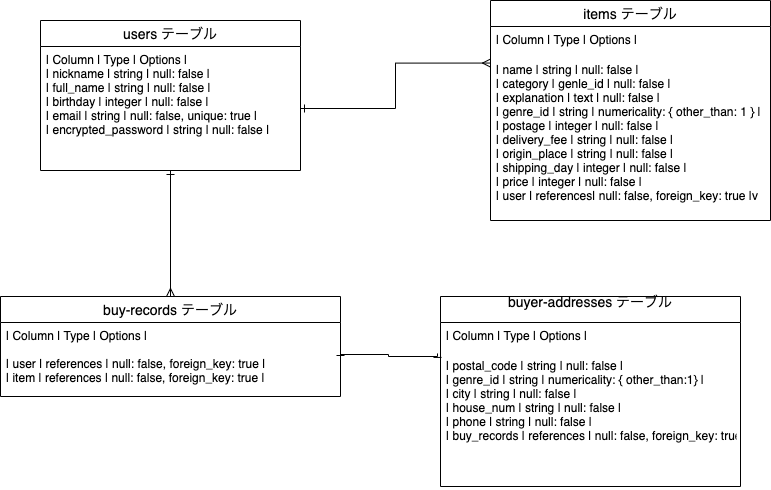
Earlier version of the draw.io export test.png (Kittanokas/furima-36482). Source tidied: cells renumbered, new cells last; positions are measured from the earlier drawing's top-left corner, leaving out a move shared by most shapes.
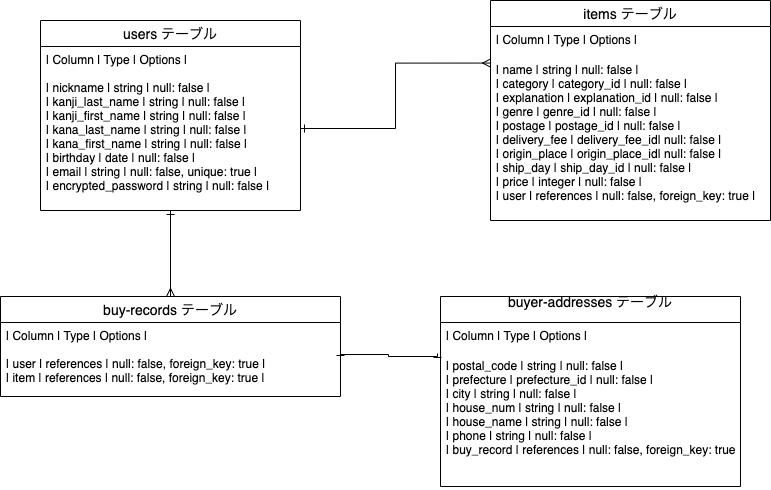
After the commit.

The edit, as a diff of the source:
```diff
@@ -3,10 +3,10 @@
     <mxCell id="0" />
     <mxCell id="1" parent="0" />
     <mxCell id="2" value="users テーブル" style="swimlane;fontStyle=0;horizontal=1;startSize=26;align=center;fontSize=14;" parent="1" vertex="1">
-      <mxGeometry x="40" y="20" width="260" height="150" as="geometry" />
+      <mxGeometry x="40" y="20" width="260" height="190" as="geometry" />
     </mxCell>
-    <mxCell id="3" value="| Column                | Type     | Options      |&#10;| nickname              | string   | null: false                |&#10;| full_name             | string   | null: false                |&#10;| birthday              | integer  | null: false                |&#10;| email                 | string   | null: false, unique: true  |&#10;| encrypted_password    | string   | null: false                |&#10;" style="text;strokeColor=none;fillColor=none;spacingLeft=4;spacingRight=4;overflow=hidden;points=[[0,0.5],[1,0.5]];portConstraint=eastwest;fontSize=12;" parent="2" vertex="1">
-      <mxGeometry y="26" width="260" height="124" as="geometry" />
+    <mxCell id="3" value="| Column                | Type     | Options      |&#10;&#10;| nickname              | string   | null: false                |&#10;| kanji_last_name       | string   | null: false                |&#10;| kanji_first_name      | string   | null: false                |&#10;| kana_last_name        | string   | null: false                |&#10;| kana_first_name       | string   | null: false                |&#10;| birthday              | date     | null: false                |&#10;| email                 | string   | null: false, unique: true  |&#10;| encrypted_password    | string   | null: false                |&#10;" style="text;strokeColor=none;fillColor=none;spacingLeft=4;spacingRight=4;overflow=hidden;points=[[0,0.5],[1,0.5]];portConstraint=eastwest;fontSize=12;" parent="2" vertex="1">
+      <mxGeometry y="26" width="260" height="164" as="geometry" />
     </mxCell>
     <mxCell id="4" value=" items テーブル" style="swimlane;fontStyle=0;horizontal=1;startSize=26;align=center;fontSize=14;" parent="1" vertex="1">
       <mxGeometry x="490" width="280" height="220" as="geometry" />
@@ -14,7 +14,7 @@
     <mxCell id="5" value="| Column          | Type    | Options     |" style="text;strokeColor=none;fillColor=none;spacingLeft=4;spacingRight=4;overflow=hidden;fontSize=12;" parent="4" vertex="1">
       <mxGeometry y="26" width="280" height="30" as="geometry" />
     </mxCell>
-    <mxCell id="6" value="| name            | string    | null: false                     |&#10;| category        | genle_id  | null: false                     |&#10;| explanation     | text      | null: false                     |&#10;| genre_id        | string    | numericality: { other_than: 1 } |&#10;| postage         | integer   | null: false                     |&#10;| delivery_fee    | string    | null: false                     |&#10;| origin_place    | string    | null: false                     |&#10;| shipping_day    | integer   | null: false                     |&#10;| price           | integer   | null: false                     |&#10;| user            | references| null: false, foreign_key: true  |v" style="text;strokeColor=none;fillColor=none;spacingLeft=4;spacingRight=4;overflow=hidden;points=[[0,0.5],[1,0.5]];portConstraint=eastwest;fontSize=12;" parent="4" vertex="1">
+    <mxCell id="6" value="| name            | string         | null: false                     |&#10;| category        | category_id    | null: false                     |&#10;| explanation     | explanation_id | null: false                     |&#10;| genre           | genre_id       | null: false                     |&#10;| postage         | postage_id     | null: false                     |&#10;| delivery_fee    | delivery_fee_id| null: false                     |&#10;| origin_place    | origin_place_id| null: false                     |&#10;| ship_day        | ship_day_id    | null: false                     |&#10;| price           | integer        | null: false                     |&#10;| user            | references     | null: false, foreign_key: true  |&#10;" style="text;strokeColor=none;fillColor=none;spacingLeft=4;spacingRight=4;overflow=hidden;points=[[0,0.5],[1,0.5]];portConstraint=eastwest;fontSize=12;" parent="4" vertex="1">
       <mxGeometry y="56" width="280" height="164" as="geometry" />
     </mxCell>
     <mxCell id="7" style="edgeStyle=orthogonalEdgeStyle;rounded=0;jettySize=auto;html=1;exitX=0.5;exitY=0;exitDx=0;exitDy=0;entryX=0.5;entryY=1;entryDx=0;entryDy=0;endArrow=ERone;endFill=0;startArrow=ERmany;startFill=0;" parent="1" edge="1" source="8" target="2">
@@ -32,7 +32,7 @@
     <mxCell id="11" value="| Column       | Type       | Options                        |" style="text;strokeColor=none;fillColor=none;spacingLeft=4;spacingRight=4;overflow=hidden;fontSize=12;" parent="10" vertex="1">
       <mxGeometry y="26" width="300" height="30" as="geometry" />
     </mxCell>
-    <mxCell id="12" value="| postal_code  | string     | null: false                    |&#10;| genre_id     | string     | numericality: { other_than:1}  |&#10;| city         | string     | null: false                    |&#10;| house_num    | string     | null: false                    |&#10;| phone        | string     | null: false                    |&#10;| buy_records  | references | null: false, foreign_key: true |" style="text;strokeColor=none;fillColor=none;spacingLeft=4;spacingRight=4;overflow=hidden;points=[[0,0.5],[1,0.5]];portConstraint=eastwest;fontSize=12;" parent="10" vertex="1">
+    <mxCell id="12" value="| postal_code  | string        | null: false                    |&#10;| prefecture   | prefecture_id | null: false                    |&#10;| city         | string        | null: false                    |&#10;| house_num    | string        | null: false                    |&#10;| house_name   | string        | null: false                    |&#10;| phone        | string        | null: false                    |&#10;| buy_record   | references    | null: false, foreign_key: true |" style="text;strokeColor=none;fillColor=none;spacingLeft=4;spacingRight=4;overflow=hidden;points=[[0,0.5],[1,0.5]];portConstraint=eastwest;fontSize=12;" parent="10" vertex="1">
       <mxGeometry y="56" width="300" height="134" as="geometry" />
     </mxCell>
     <mxCell id="13" style="edgeStyle=orthogonalEdgeStyle;rounded=0;jettySize=auto;html=1;exitX=1;exitY=0.5;exitDx=0;exitDy=0;entryX=0;entryY=0.04;entryDx=0;entryDy=0;entryPerimeter=0;endArrow=ERmany;endFill=0;startArrow=ERone;startFill=0;" parent="1" edge="1" source="3" target="6">
```
